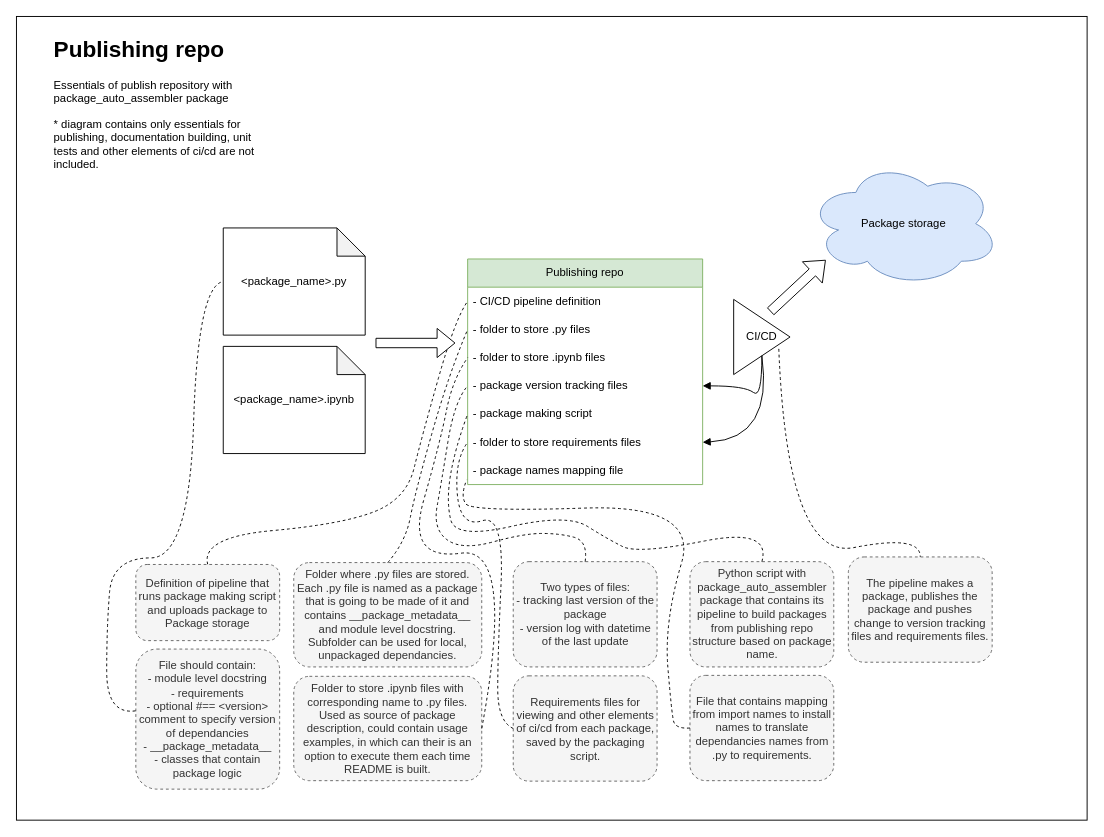
Above: page "usage" (1 of 2) of drawio/package_auto_assembler.drawio in Kiril-Mordan/reusables (draw.io), before the change. Source tidied: cells renumbered, new cells numbered last; positions are measured from the earlier drawing's top-left corner, leaving out a move shared by most shapes. Both pictures are drawn from the tidied source at 94%, with x=0, y=0 at pixel (16, 16).
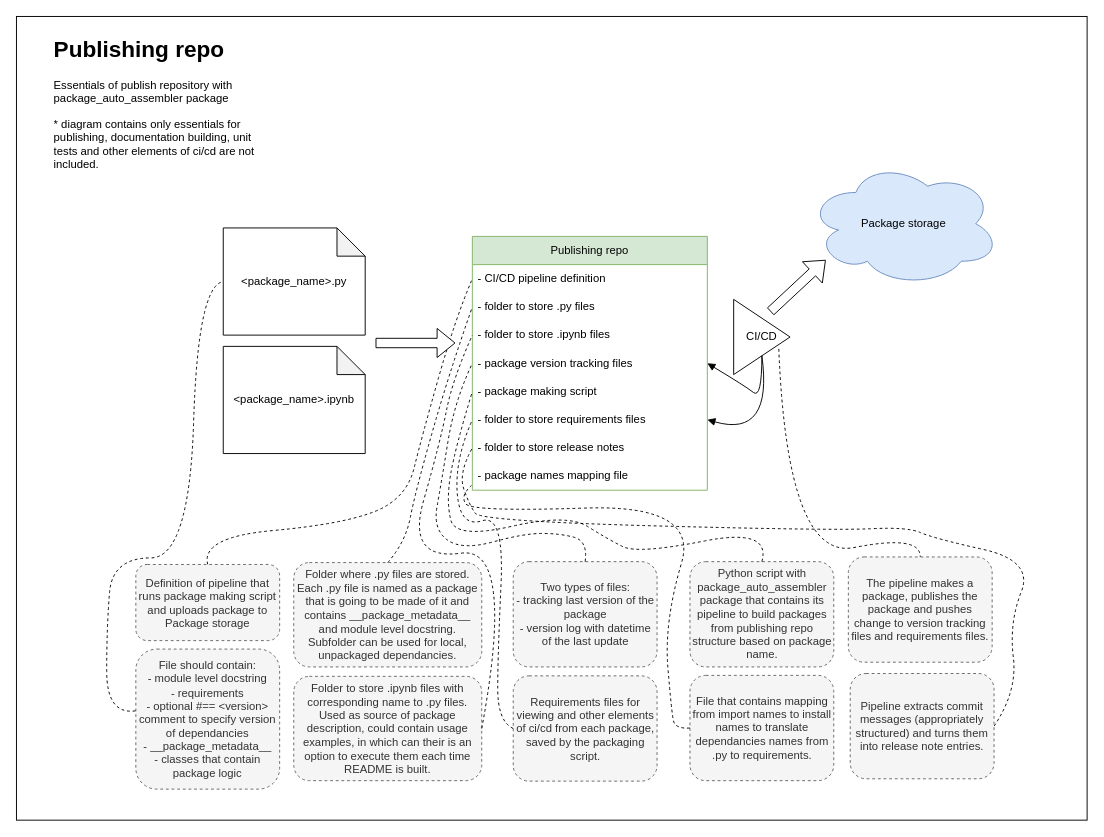
The same diagram, later.

Commit message (it also covers changes not shown here):
[package_auto_assembler] independent cli tool for updating release notes with automatic versioning

Diff of the diagram source:
```diff
@@
     <mxCell id="4" value="Publishing repo" style="swimlane;fontStyle=0;horizontal=1;startSize=30;whiteSpace=wrap;html=1;fillColor=#d5e8d4;strokeColor=#82b366;" parent="1" vertex="1">
-      <mxGeometry x="480" y="258" width="250" height="240" as="geometry" />
+      <mxGeometry x="485" y="234" width="250" height="270" as="geometry" />
     </mxCell>
@@
+    <mxCell id="38" value="- folder to store release notes" style="text;strokeColor=none;fillColor=none;align=left;verticalAlign=middle;spacingLeft=4;spacingRight=4;overflow=hidden;points=[[0,0.5],[1,0.5]];portConstraint=eastwest;whiteSpace=wrap;html=1;" parent="4" vertex="1">
+      <mxGeometry y="210" width="250" height="30" as="geometry" />
+    </mxCell>
     <mxCell id="11" value="- package names mapping file" style="text;strokeColor=none;fillColor=none;align=left;verticalAlign=middle;spacingLeft=4;spacingRight=4;overflow=hidden;points=[[0,0.5],[1,0.5]];portConstraint=eastwest;whiteSpace=wrap;html=1;" parent="4" vertex="1">
-      <mxGeometry y="210" width="250" height="30" as="geometry" />
+      <mxGeometry y="240" width="250" height="30" as="geometry" />
     </mxCell>
@@
+    <mxCell id="39" style="curved=1;endArrow=none;html=1;rounded=0;entryX=0;entryY=0.5;entryDx=0;entryDy=0;endFill=0;exitX=1;exitY=0.5;exitDx=0;exitDy=0;dashed=1;" parent="1" edge="1" source="40" target="38">
+      <mxGeometry relative="1" as="geometry">
+        <Array as="points">
+          <mxPoint x="1065" y="718" />
+          <mxPoint x="1056" y="645" />
+          <mxPoint x="1082" y="579" />
+          <mxPoint x="975" y="555" />
+          <mxPoint x="948" y="543" />
+          <mxPoint x="869" y="547" />
+          <mxPoint x="494" y="537" />
+          <mxPoint x="482" y="520" />
+          <mxPoint x="470" y="486" />
+        </Array>
+      </mxGeometry>
+    </mxCell>
+    <mxCell id="40" value="Pipeline extracts commit messages (appropriately structured) and turns them into release note entries." style="rounded=1;whiteSpace=wrap;html=1;dashed=1;fillColor=#f5f5f5;fontColor=#333333;strokeColor=#666666;" parent="1" vertex="1">
+      <mxGeometry x="887" y="699" width="153" height="112" as="geometry" />
+    </mxCell>
```
